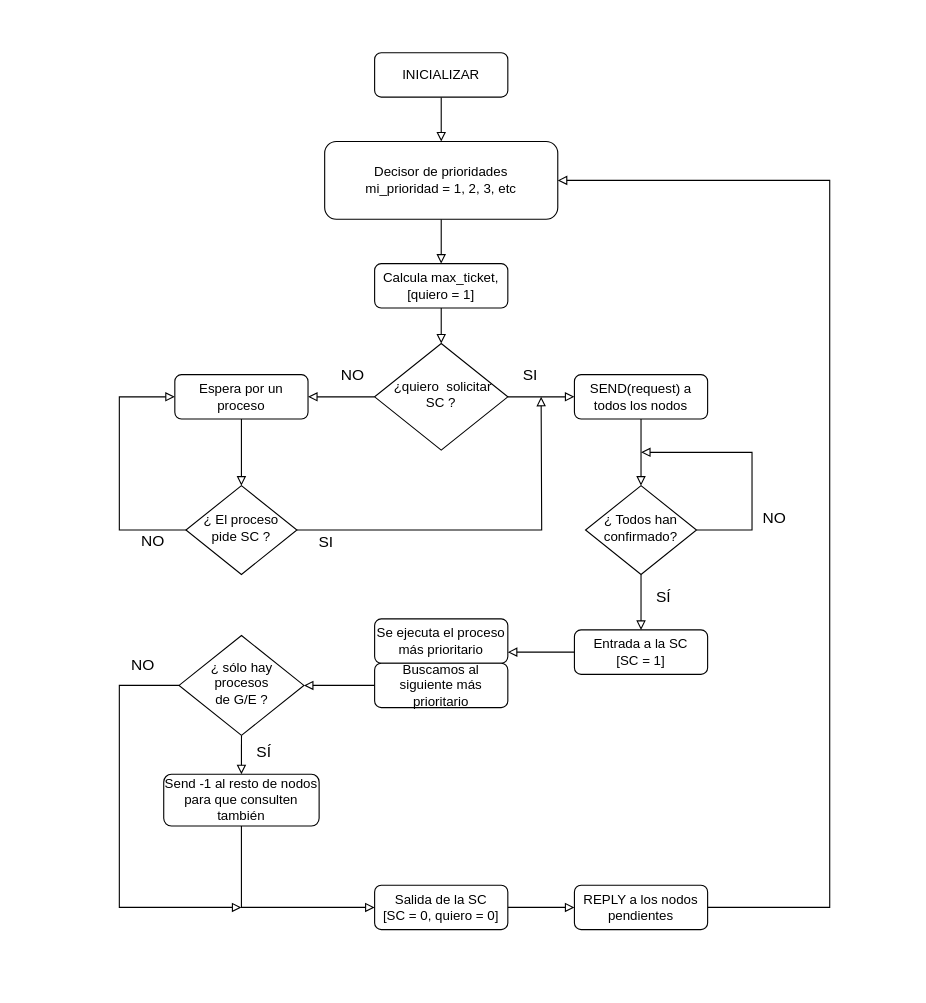
The draw.io diagram main.drawio in javijnb/LPRO_diagrams, before the edit. Source tidied: cells renumbered, new cells numbered last; positions are measured from the earlier drawing's top-left corner, leaving out a move shared by most shapes. Both pictures are drawn from the tidied source at 111%, with x=0, y=0 at pixel (119, 52).
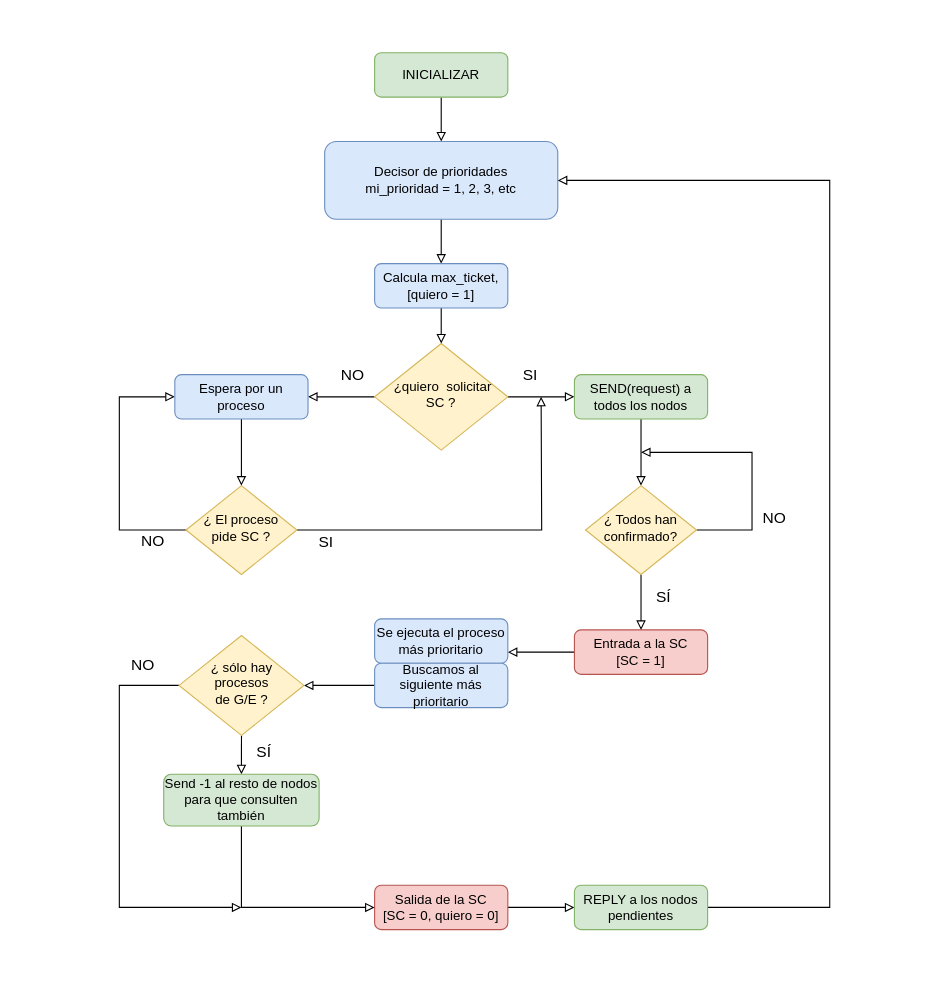
Above is the later version.

What changed in the source:
```diff
@@
+    <mxCell id="37" style="whiteSpace=wrap;html=1;fontSize=14;strokeColor=none;" parent="1" vertex="1">
+      <mxGeometry x="-90" y="-30" width="800" height="870" as="geometry" />
+    </mxCell>
@@
-    <mxCell id="3" value="INICIALIZAR" style="rounded=1;whiteSpace=wrap;html=1;fontSize=12;glass=0;strokeWidth=1;shadow=0;" parent="1" vertex="1">
+    <mxCell id="3" value="INICIALIZAR" style="rounded=1;whiteSpace=wrap;html=1;fontSize=12;glass=0;strokeWidth=1;shadow=0;fillColor=#d5e8d4;strokeColor=#82b366;" parent="1" vertex="1">
       <mxGeometry x="230" width="120" height="40" as="geometry" />
     </mxCell>
@@
-    <mxCell id="7" value="¿ El proceso pide SC ?" style="rhombus;whiteSpace=wrap;html=1;shadow=0;fontFamily=Helvetica;fontSize=12;align=center;strokeWidth=1;spacing=6;spacingTop=-4;" parent="1" vertex="1">
+    <mxCell id="7" value="¿ El proceso pide SC ?" style="rhombus;whiteSpace=wrap;html=1;shadow=0;fontFamily=Helvetica;fontSize=12;align=center;strokeWidth=1;spacing=6;spacingTop=-4;fillColor=#fff2cc;strokeColor=#d6b656;" parent="1" vertex="1">
       <mxGeometry x="60" y="390" width="100" height="80" as="geometry" />
     </mxCell>
@@
-    <mxCell id="9" value="Decisor de prioridades&lt;br&gt;mi_prioridad = 1, 2, 3, etc" style="rounded=1;whiteSpace=wrap;html=1;fontSize=12;glass=0;strokeWidth=1;shadow=0;" parent="1" vertex="1">
+    <mxCell id="9" value="Decisor de prioridades&lt;br&gt;mi_prioridad = 1, 2, 3, etc" style="rounded=1;whiteSpace=wrap;html=1;fontSize=12;glass=0;strokeWidth=1;shadow=0;fillColor=#dae8fc;strokeColor=#6c8ebf;" parent="1" vertex="1">
       <mxGeometry x="185" y="80" width="210" height="70" as="geometry" />
     </mxCell>
@@
-    <mxCell id="12" value="&amp;nbsp;¿quiero&amp;nbsp; solicitar SC ?" style="rhombus;whiteSpace=wrap;html=1;shadow=0;fontFamily=Helvetica;fontSize=12;align=center;strokeWidth=1;spacing=6;spacingTop=-4;" parent="1" vertex="1">
+    <mxCell id="12" value="&amp;nbsp;¿quiero&amp;nbsp; solicitar SC ?" style="rhombus;whiteSpace=wrap;html=1;shadow=0;fontFamily=Helvetica;fontSize=12;align=center;strokeWidth=1;spacing=6;spacingTop=-4;fillColor=#fff2cc;strokeColor=#d6b656;" parent="1" vertex="1">
       <mxGeometry x="230" y="262" width="120" height="96" as="geometry" />
     </mxCell>
@@
-    <mxCell id="14" value="Espera por un proceso" style="rounded=1;whiteSpace=wrap;html=1;fontSize=12;glass=0;strokeWidth=1;shadow=0;" parent="1" vertex="1">
+    <mxCell id="14" value="Espera por un proceso" style="rounded=1;whiteSpace=wrap;html=1;fontSize=12;glass=0;strokeWidth=1;shadow=0;fillColor=#dae8fc;strokeColor=#6c8ebf;" parent="1" vertex="1">
       <mxGeometry x="50" y="290" width="120" height="40" as="geometry" />
     </mxCell>
@@
-    <mxCell id="16" value="SEND(request) a todos los nodos" style="rounded=1;whiteSpace=wrap;html=1;fontSize=12;glass=0;strokeWidth=1;shadow=0;" parent="1" vertex="1">
+    <mxCell id="16" value="SEND(request) a todos los nodos" style="rounded=1;whiteSpace=wrap;html=1;fontSize=12;glass=0;strokeWidth=1;shadow=0;fillColor=#d5e8d4;strokeColor=#82b366;" parent="1" vertex="1">
       <mxGeometry x="410" y="290" width="120" height="40" as="geometry" />
     </mxCell>
@@
-    <mxCell id="19" value="¿ Todos han confirmado?" style="rhombus;whiteSpace=wrap;html=1;shadow=0;fontFamily=Helvetica;fontSize=12;align=center;strokeWidth=1;spacing=6;spacingTop=-4;" parent="1" vertex="1">
+    <mxCell id="19" value="¿ Todos han confirmado?" style="rhombus;whiteSpace=wrap;html=1;shadow=0;fontFamily=Helvetica;fontSize=12;align=center;strokeWidth=1;spacing=6;spacingTop=-4;fillColor=#fff2cc;strokeColor=#d6b656;" parent="1" vertex="1">
       <mxGeometry x="420" y="390" width="100" height="80" as="geometry" />
     </mxCell>
@@
-    <mxCell id="21" value="Entrada a la SC&lt;br&gt;[SC = 1]" style="rounded=1;whiteSpace=wrap;html=1;fontSize=12;glass=0;strokeWidth=1;shadow=0;" parent="1" vertex="1">
+    <mxCell id="21" value="Entrada a la SC&lt;br&gt;[SC = 1]" style="rounded=1;whiteSpace=wrap;html=1;fontSize=12;glass=0;strokeWidth=1;shadow=0;fillColor=#f8cecc;strokeColor=#b85450;" parent="1" vertex="1">
       <mxGeometry x="410" y="520" width="120" height="40" as="geometry" />
     </mxCell>
-    <mxCell id="22" value="Se ejecuta el proceso más prioritario" style="rounded=1;whiteSpace=wrap;html=1;fontSize=12;glass=0;strokeWidth=1;shadow=0;" parent="1" vertex="1">
+    <mxCell id="22" value="Se ejecuta el proceso más prioritario" style="rounded=1;whiteSpace=wrap;html=1;fontSize=12;glass=0;strokeWidth=1;shadow=0;fillColor=#dae8fc;strokeColor=#6c8ebf;" parent="1" vertex="1">
       <mxGeometry x="230" y="510" width="120" height="40" as="geometry" />
     </mxCell>
@@
-    <mxCell id="24" value="Buscamos al siguiente más prioritario" style="rounded=1;whiteSpace=wrap;html=1;fontSize=12;glass=0;strokeWidth=1;shadow=0;" parent="1" vertex="1">
+    <mxCell id="24" value="Buscamos al siguiente más prioritario" style="rounded=1;whiteSpace=wrap;html=1;fontSize=12;glass=0;strokeWidth=1;shadow=0;fillColor=#dae8fc;strokeColor=#6c8ebf;" parent="1" vertex="1">
       <mxGeometry x="230" y="550" width="120" height="40" as="geometry" />
     </mxCell>
@@
-    <mxCell id="26" value="Salida de la SC&lt;br&gt;[SC = 0, quiero = 0]" style="rounded=1;whiteSpace=wrap;html=1;fontSize=12;glass=0;strokeWidth=1;shadow=0;" parent="1" vertex="1">
+    <mxCell id="26" value="Salida de la SC&lt;br&gt;[SC = 0, quiero = 0]" style="rounded=1;whiteSpace=wrap;html=1;fontSize=12;glass=0;strokeWidth=1;shadow=0;fillColor=#f8cecc;strokeColor=#b85450;" parent="1" vertex="1">
       <mxGeometry x="230" y="750" width="120" height="40" as="geometry" />
     </mxCell>
@@
-    <mxCell id="30" value="¿ sólo hay procesos &lt;br&gt;de G/E ?" style="rhombus;whiteSpace=wrap;html=1;shadow=0;fontFamily=Helvetica;fontSize=12;align=center;strokeWidth=1;spacing=6;spacingTop=-4;" parent="1" vertex="1">
+    <mxCell id="30" value="¿ sólo hay procesos &lt;br&gt;de G/E ?" style="rhombus;whiteSpace=wrap;html=1;shadow=0;fontFamily=Helvetica;fontSize=12;align=center;strokeWidth=1;spacing=6;spacingTop=-4;fillColor=#fff2cc;strokeColor=#d6b656;" parent="1" vertex="1">
       <mxGeometry x="53.8" y="525" width="112.5" height="90" as="geometry" />
     </mxCell>
@@
-    <mxCell id="32" value="Send -1 al resto de nodos para que consulten también" style="rounded=1;whiteSpace=wrap;html=1;fontSize=12;glass=0;strokeWidth=1;shadow=0;" parent="1" vertex="1">
+    <mxCell id="32" value="Send -1 al resto de nodos para que consulten también" style="rounded=1;whiteSpace=wrap;html=1;fontSize=12;glass=0;strokeWidth=1;shadow=0;fillColor=#d5e8d4;strokeColor=#82b366;" parent="1" vertex="1">
       <mxGeometry x="40" y="650" width="140" height="46.7" as="geometry" />
     </mxCell>
@@
-    <mxCell id="34" value="REPLY a los nodos pendientes" style="rounded=1;whiteSpace=wrap;html=1;fontSize=12;glass=0;strokeWidth=1;shadow=0;" parent="1" vertex="1">
+    <mxCell id="34" value="REPLY a los nodos pendientes" style="rounded=1;whiteSpace=wrap;html=1;fontSize=12;glass=0;strokeWidth=1;shadow=0;fillColor=#d5e8d4;strokeColor=#82b366;" parent="1" vertex="1">
       <mxGeometry x="410" y="750" width="120" height="40" as="geometry" />
     </mxCell>
@@
-    <mxCell id="36" value="Calcula max_ticket,&lt;br&gt;[quiero = 1]" style="rounded=1;whiteSpace=wrap;html=1;fontSize=12;glass=0;strokeWidth=1;shadow=0;" parent="1" vertex="1">
+    <mxCell id="36" value="Calcula max_ticket,&lt;br&gt;[quiero = 1]" style="rounded=1;whiteSpace=wrap;html=1;fontSize=12;glass=0;strokeWidth=1;shadow=0;fillColor=#dae8fc;strokeColor=#6c8ebf;" parent="1" vertex="1">
       <mxGeometry x="230" y="190" width="120" height="40" as="geometry" />
     </mxCell>
```
